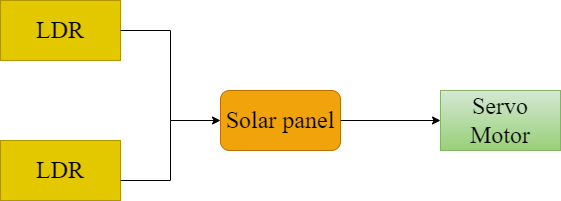
Earlier version of the draw.io export 2_Design/Block Diagram.drawio.png (Soundarya30/M2_Project). Source tidied: cells renumbered, new cells last; positions are measured from the earlier drawing's top-left corner, leaving out a move shared by most shapes. Its diagram source:
```xml
<mxGraphModel>
  <root>
    <mxCell id="0" />
    <mxCell id="1" parent="0" />
    <mxCell id="2" value="&lt;font face=&quot;Times New Roman&quot; style=&quot;font-size: 24px&quot;&gt;Solar panel&lt;/font&gt;" style="rounded=1;whiteSpace=wrap;html=1;fillColor=#f0a30a;fontColor=#000000;strokeColor=#BD7000;" parent="1" vertex="1">
      <mxGeometry x="220" y="90" width="120" height="60" as="geometry" />
    </mxCell>
    <mxCell id="3" value="LDR" style="rounded=0;whiteSpace=wrap;html=1;fontFamily=Times New Roman;fontSize=24;fillColor=#e3c800;fontColor=#000000;strokeColor=#B09500;" parent="1" vertex="1">
      <mxGeometry y="140" width="120" height="60" as="geometry" />
    </mxCell>
    <mxCell id="4" value="LDR" style="rounded=0;whiteSpace=wrap;html=1;fontFamily=Times New Roman;fontSize=24;fillColor=#e3c800;strokeColor=#B09500;fontColor=#000000;" parent="1" vertex="1">
      <mxGeometry width="120" height="60" as="geometry" />
    </mxCell>
    <mxCell id="5" value="Servo Motor" style="rounded=0;whiteSpace=wrap;html=1;fontFamily=Times New Roman;fontSize=24;fillColor=#d5e8d4;strokeColor=#82b366;gradientColor=#97d077;" parent="1" vertex="1">
      <mxGeometry x="440" y="90" width="120" height="60" as="geometry" />
    </mxCell>
    <mxCell id="6" style="edgeStyle=elbowEdgeStyle;elbow=horizontal;endArrow=classic;html=1;rounded=0;fontFamily=Times New Roman;fontSize=24;exitX=1;exitY=0.5;exitDx=0;exitDy=0;entryX=0;entryY=0.5;entryDx=0;entryDy=0;" parent="1" edge="1" source="4" target="2">
      <mxGeometry relative="1" as="geometry">
        <Array as="points">
          <mxPoint x="170" y="80" />
        </Array>
      </mxGeometry>
    </mxCell>
    <mxCell id="7" style="shape=partialRectangle;whiteSpace=wrap;html=1;top=0;left=0;fillColor=none;fontFamily=Times New Roman;fontSize=24;" parent="1" vertex="1">
      <mxGeometry x="120" y="120" width="50" height="60" as="geometry" />
    </mxCell>
    <mxCell id="8" style="endArrow=classic;html=1;rounded=0;fontFamily=Times New Roman;fontSize=24;entryX=0;entryY=0.5;entryDx=0;entryDy=0;exitX=1;exitY=0.5;exitDx=0;exitDy=0;" parent="1" edge="1" source="2" target="5">
      <mxGeometry relative="1" as="geometry" />
    </mxCell>
  </root>
</mxGraphModel>
```
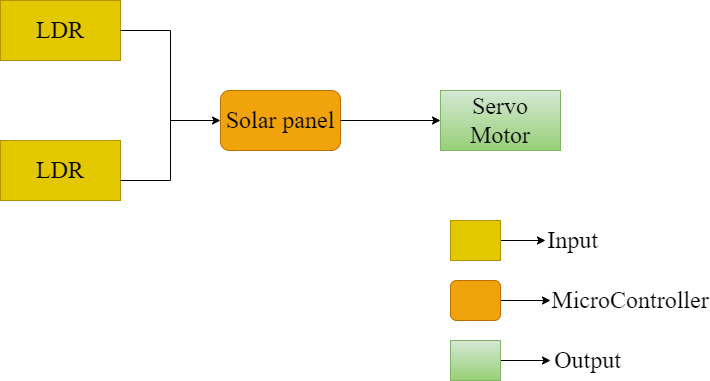
After the commit.

Diff of the diagram source:
```diff
@@ -27,5 +27,38 @@
     <mxCell id="8" style="endArrow=classic;html=1;rounded=0;fontFamily=Times New Roman;fontSize=24;entryX=0;entryY=0.5;entryDx=0;entryDy=0;exitX=1;exitY=0.5;exitDx=0;exitDy=0;" parent="1" edge="1" source="2" target="5">
       <mxGeometry relative="1" as="geometry" />
     </mxCell>
+    <mxCell id="9" style="edgeStyle=orthogonalEdgeStyle;rounded=0;jettySize=auto;html=1;fontFamily=Times New Roman;fontSize=24;" parent="1" edge="1" source="10">
+      <mxGeometry relative="1" as="geometry">
+        <mxPoint x="550" y="300" as="targetPoint" />
+      </mxGeometry>
+    </mxCell>
+    <mxCell id="10" style="rounded=1;whiteSpace=wrap;html=1;fontFamily=Times New Roman;fontSize=24;fillColor=#f0a30a;fontColor=#000000;strokeColor=#BD7000;" parent="1" vertex="1">
+      <mxGeometry x="450" y="280" width="50" height="40" as="geometry" />
+    </mxCell>
+    <mxCell id="11" style="edgeStyle=orthogonalEdgeStyle;rounded=0;jettySize=auto;html=1;fontFamily=Times New Roman;fontSize=24;" parent="1" edge="1" source="12">
+      <mxGeometry relative="1" as="geometry">
+        <mxPoint x="550" y="360" as="targetPoint" />
+      </mxGeometry>
+    </mxCell>
+    <mxCell id="12" style="rounded=0;whiteSpace=wrap;html=1;fontFamily=Times New Roman;fontSize=24;fillColor=#d5e8d4;gradientColor=#97d077;strokeColor=#82b366;" parent="1" vertex="1">
+      <mxGeometry x="450" y="340" width="50" height="40" as="geometry" />
+    </mxCell>
+    <mxCell id="13" style="edgeStyle=orthogonalEdgeStyle;rounded=0;jettySize=auto;html=1;fontFamily=Times New Roman;fontSize=24;" parent="1" edge="1" source="14">
+      <mxGeometry relative="1" as="geometry">
+        <mxPoint x="545" y="240" as="targetPoint" />
+      </mxGeometry>
+    </mxCell>
+    <mxCell id="14" style="rounded=0;whiteSpace=wrap;html=1;fontFamily=Times New Roman;fontSize=24;fillColor=#e3c800;strokeColor=#B09500;fontColor=#000000;" parent="1" vertex="1">
+      <mxGeometry x="450" y="220" width="50" height="40" as="geometry" />
+    </mxCell>
+    <mxCell id="15" value="&amp;nbsp; &amp;nbsp; Input" style="text;html=1;align=center;verticalAlign=middle;strokeColor=none;fillColor=none;fontSize=24;fontFamily=Times New Roman;" parent="1" vertex="1">
+      <mxGeometry x="515" y="225" width="90" height="30" as="geometry" />
+    </mxCell>
+    <mxCell id="16" value="&lt;span style=&quot;text-align: left ; background-color: rgb(255 , 255 , 255)&quot;&gt;&lt;font style=&quot;font-size: 24px&quot;&gt;MicroController&lt;/font&gt;&lt;/span&gt;" style="text;html=1;strokeColor=none;fillColor=none;align=center;verticalAlign=middle;whiteSpace=wrap;rounded=0;fontFamily=Times New Roman;fontSize=24;" parent="1" vertex="1">
+      <mxGeometry x="600" y="285" width="60" height="30" as="geometry" />
+    </mxCell>
+    <mxCell id="17" value="&amp;nbsp; &amp;nbsp; Output" style="text;html=1;align=center;verticalAlign=middle;strokeColor=none;fillColor=none;fontSize=24;fontFamily=Times New Roman;" parent="1" vertex="1">
+      <mxGeometry x="520" y="345" width="110" height="30" as="geometry" />
+    </mxCell>
   </root>
 </mxGraphModel>
```
